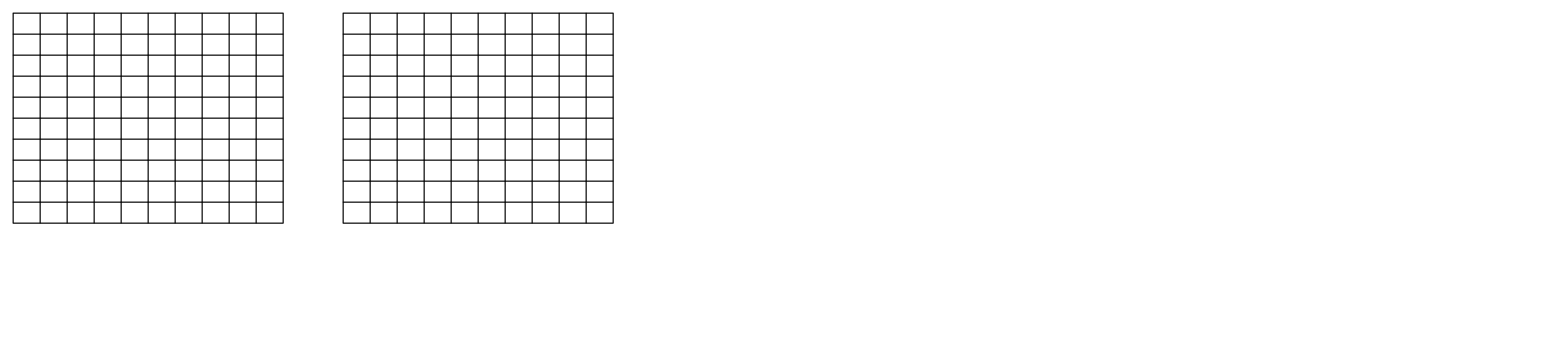
The draw.io diagram Алгоритм (л.р. №10).drawio in Aazmandiuc/MDK_04_Kyleshova, before the edit. Source tidied: cells renumbered, new cells numbered last; positions are measured from the earlier drawing's top-left corner, leaving out a move shared by most shapes. Both pictures are drawn from the tidied source at 75%, with x=0, y=0 at pixel (13, 13).
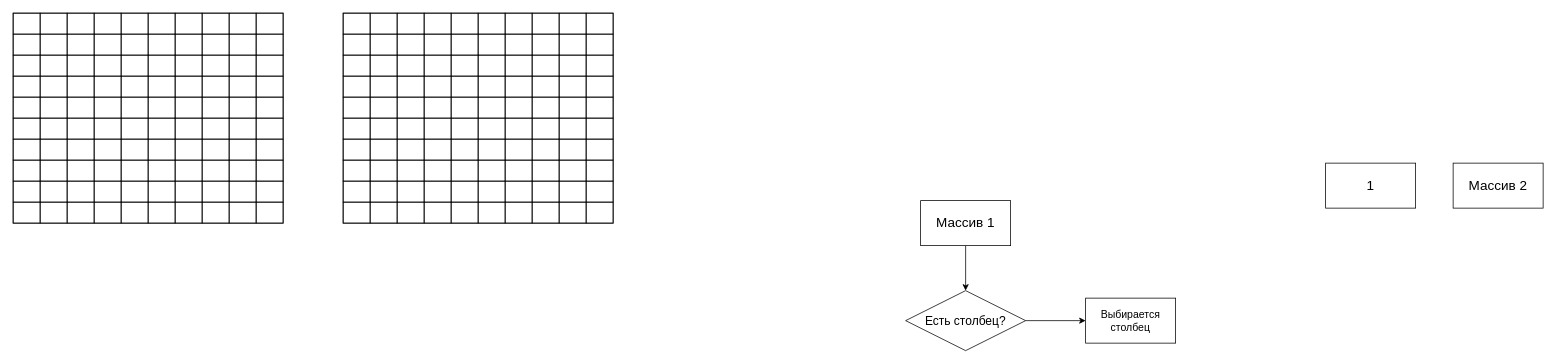
The same page after the edit.

What changed in the source:
```diff
@@
+    <mxCell id="224" style="edgeStyle=orthogonalEdgeStyle;rounded=0;jettySize=auto;html=1;exitX=0.5;exitY=1;exitDx=0;exitDy=0;entryX=0.5;entryY=0;entryDx=0;entryDy=0;" parent="1" edge="1" source="225" target="230">
+      <mxGeometry relative="1" as="geometry" />
+    </mxCell>
+    <mxCell id="225" value="&lt;font style=&quot;font-size: 18px;&quot;&gt;Массив 1&lt;/font&gt;" style="rounded=0;whiteSpace=wrap;html=1;" parent="1" vertex="1">
+      <mxGeometry x="1210" y="250" width="120" height="60" as="geometry" />
+    </mxCell>
+    <mxCell id="226" value="&lt;font style=&quot;font-size: 18px;&quot;&gt;Массив 2&lt;/font&gt;" style="rounded=0;whiteSpace=wrap;html=1;" parent="1" vertex="1">
+      <mxGeometry x="1920" y="200" width="120" height="60" as="geometry" />
+    </mxCell>
+    <mxCell id="227" value="&lt;font style=&quot;font-size: 18px;&quot;&gt;1&lt;/font&gt;" style="rounded=0;whiteSpace=wrap;html=1;" parent="1" vertex="1">
+      <mxGeometry x="1750" y="200" width="120" height="60" as="geometry" />
+    </mxCell>
+    <mxCell id="228" value="&lt;font style=&quot;font-size: 14px;&quot;&gt;Выбирается столбец&lt;/font&gt;" style="rounded=0;whiteSpace=wrap;html=1;" parent="1" vertex="1">
+      <mxGeometry x="1430" y="380" width="120" height="60" as="geometry" />
+    </mxCell>
+    <mxCell id="229" style="edgeStyle=orthogonalEdgeStyle;rounded=0;jettySize=auto;html=1;exitX=1;exitY=0.5;exitDx=0;exitDy=0;entryX=0;entryY=0.5;entryDx=0;entryDy=0;" parent="1" edge="1" source="230" target="228">
+      <mxGeometry relative="1" as="geometry" />
+    </mxCell>
+    <mxCell id="230" value="&lt;font size=&quot;3&quot;&gt;Есть столбец?&lt;/font&gt;" style="rhombus;whiteSpace=wrap;html=1;" parent="1" vertex="1">
+      <mxGeometry x="1190" y="370" width="160" height="80" as="geometry" />
+    </mxCell>
```
